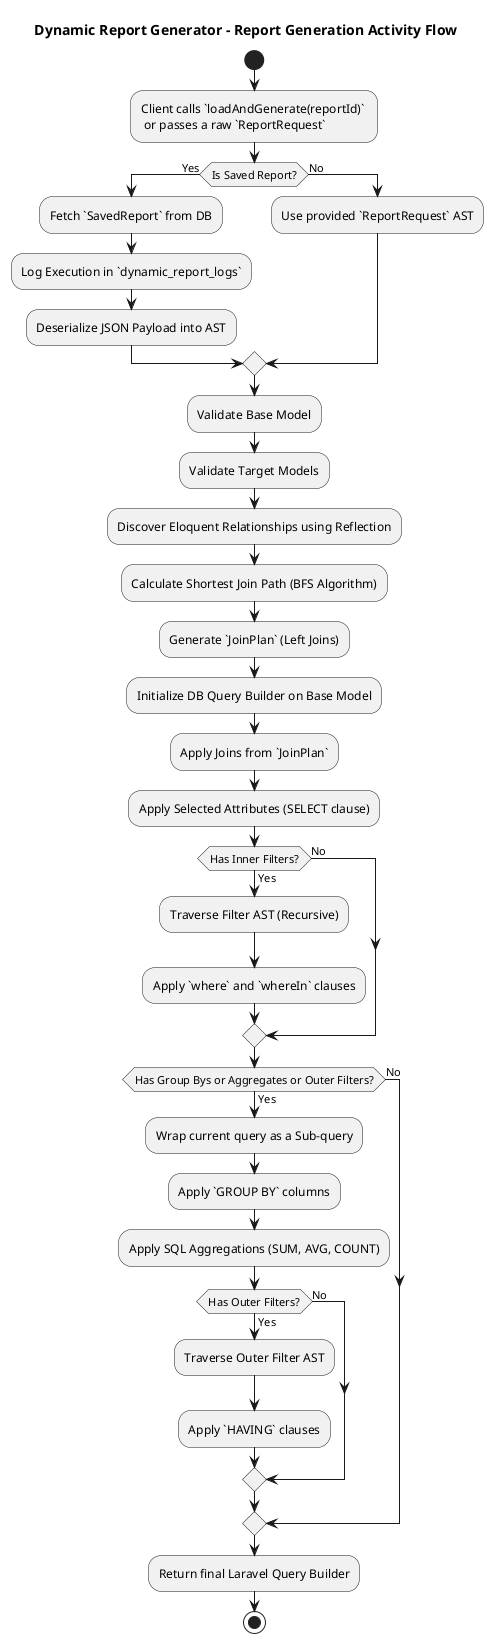
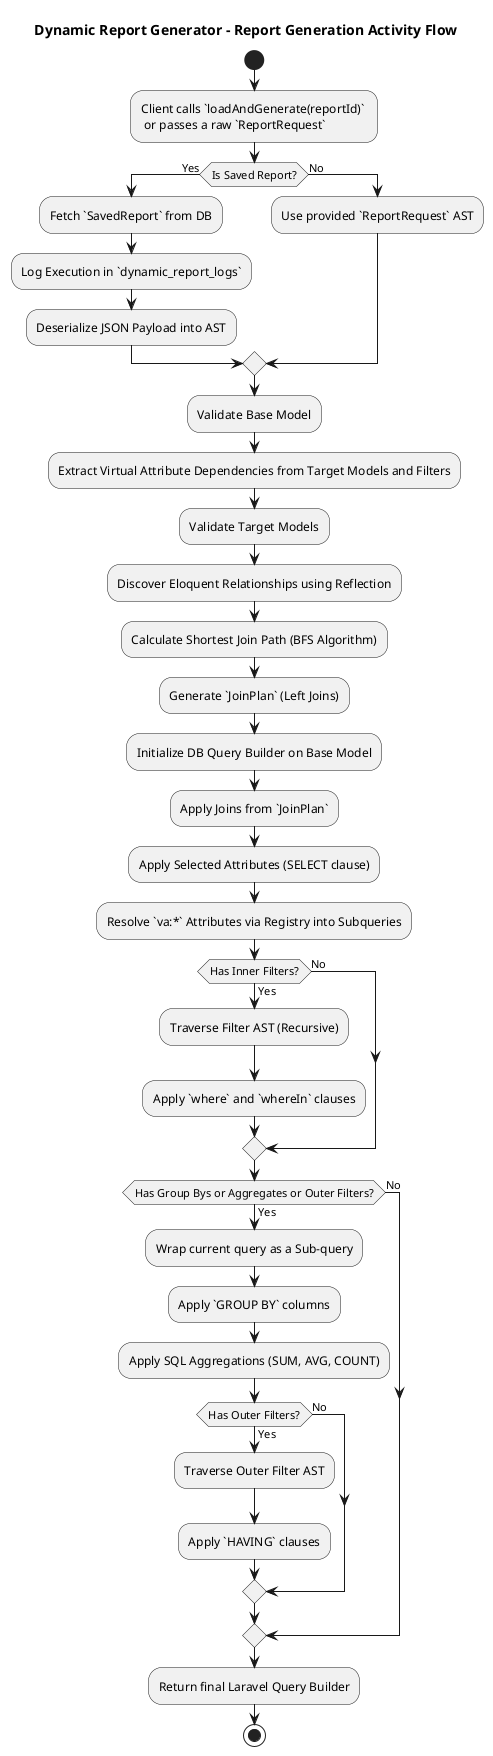
@startuml Activity Diagram
title Dynamic Report Generator - Report Generation Activity Flow

start

:Client calls `loadAndGenerate(reportId)` \n or passes a raw `ReportRequest`;

if (Is Saved Report?) then (Yes)
  :Fetch `SavedReport` from DB;
  :Log Execution in `dynamic_report_logs`;
  :Deserialize JSON Payload into AST;
else (No)
  :Use provided `ReportRequest` AST;
endif

:Validate Base Model;
+ 
+ :Extract Virtual Attribute Dependencies from Target Models and Filters;
:Validate Target Models;

:Discover Eloquent Relationships using Reflection;
:Calculate Shortest Join Path (BFS Algorithm);
:Generate `JoinPlan` (Left Joins);

:Initialize DB Query Builder on Base Model;
:Apply Joins from `JoinPlan`;
:Apply Selected Attributes (SELECT clause);
+ :Resolve `va:*` Attributes via Registry into Subqueries;

if (Has Inner Filters?) then (Yes)
  :Traverse Filter AST (Recursive);
  :Apply `where` and `whereIn` clauses;
else (No)
endif

if (Has Group Bys or Aggregates or Outer Filters?) then (Yes)
  :Wrap current query as a Sub-query;
  :Apply `GROUP BY` columns;
  :Apply SQL Aggregations (SUM, AVG, COUNT);

  if (Has Outer Filters?) then (Yes)
    :Traverse Outer Filter AST;
    :Apply `HAVING` clauses;
  else (No)
  endif
else (No)
endif

:Return final Laravel Query Builder;

stop

@enduml
